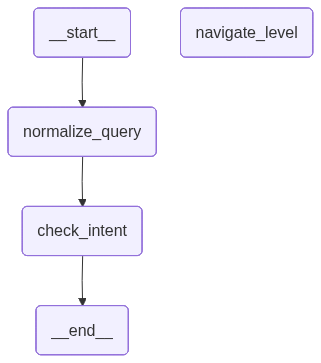
The Mermaid diagram docs/navigation_graph.png in Khaledhamza77/waraq, before a commit. Its source is kept beside it as docs/navigation_graph.mmd. Its diagram source:
```mermaid
---
config:
  flowchart:
    curve: linear
---
graph TD;
	__start__(<p>__start__</p>)
	normalize_query(normalize_query)
	check_intent(check_intent)
	navigate_level(navigate_level)
	__end__(<p>__end__</p>)
	__start__ --> normalize_query;
	normalize_query --> check_intent;
	check_intent --> __end__;
	classDef default fill:#f2f0ff,line-height:1.2
	classDef first fill-opacity:0
	classDef last fill:#bfb6fc
```
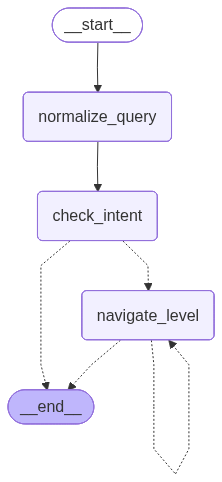
Later version of the same file.

What changed in the source:
```diff
@@ -4,14 +4,17 @@
     curve: linear
 ---
 graph TD;
-	__start__(<p>__start__</p>)
+	__start__([<p>__start__</p>]):::first
 	normalize_query(normalize_query)
 	check_intent(check_intent)
 	navigate_level(navigate_level)
-	__end__(<p>__end__</p>)
+	__end__([<p>__end__</p>]):::last
 	__start__ --> normalize_query;
+	check_intent -.-> __end__;
+	check_intent -.-> navigate_level;
+	navigate_level -.-> __end__;
 	normalize_query --> check_intent;
-	check_intent --> __end__;
+	navigate_level -.-> navigate_level;
 	classDef default fill:#f2f0ff,line-height:1.2
 	classDef first fill-opacity:0
 	classDef last fill:#bfb6fc
```
